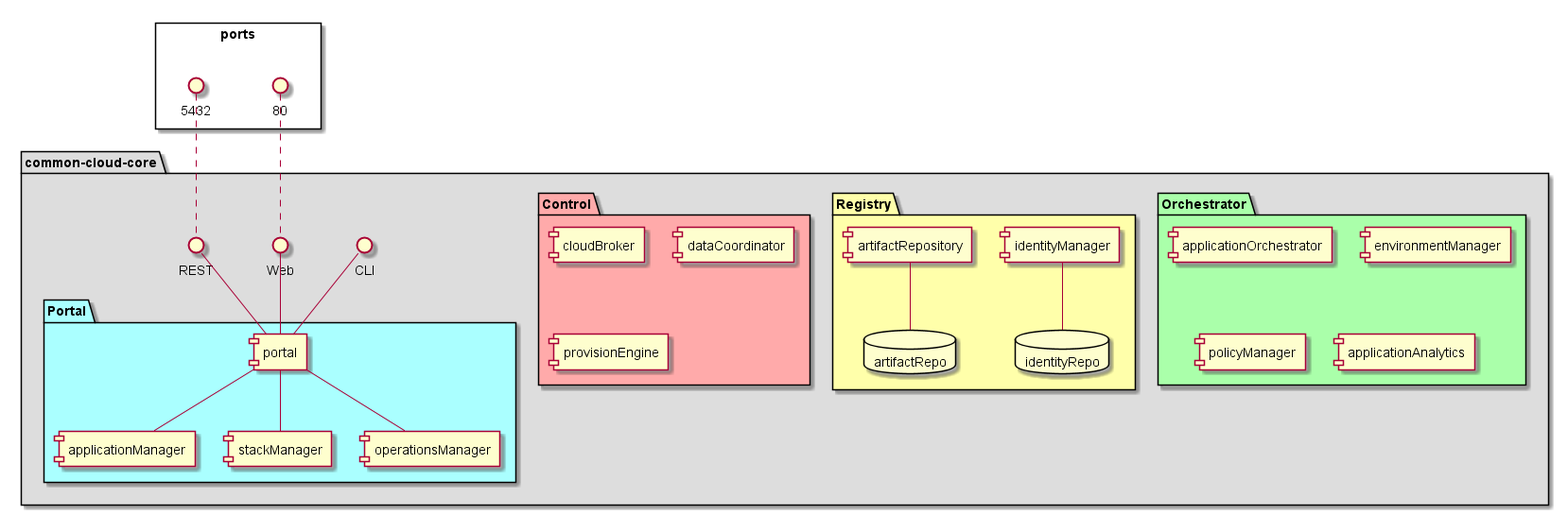
Before: docs/Solution/Deployment.png, a diagram exported from PlantUML (CAADE/C3).
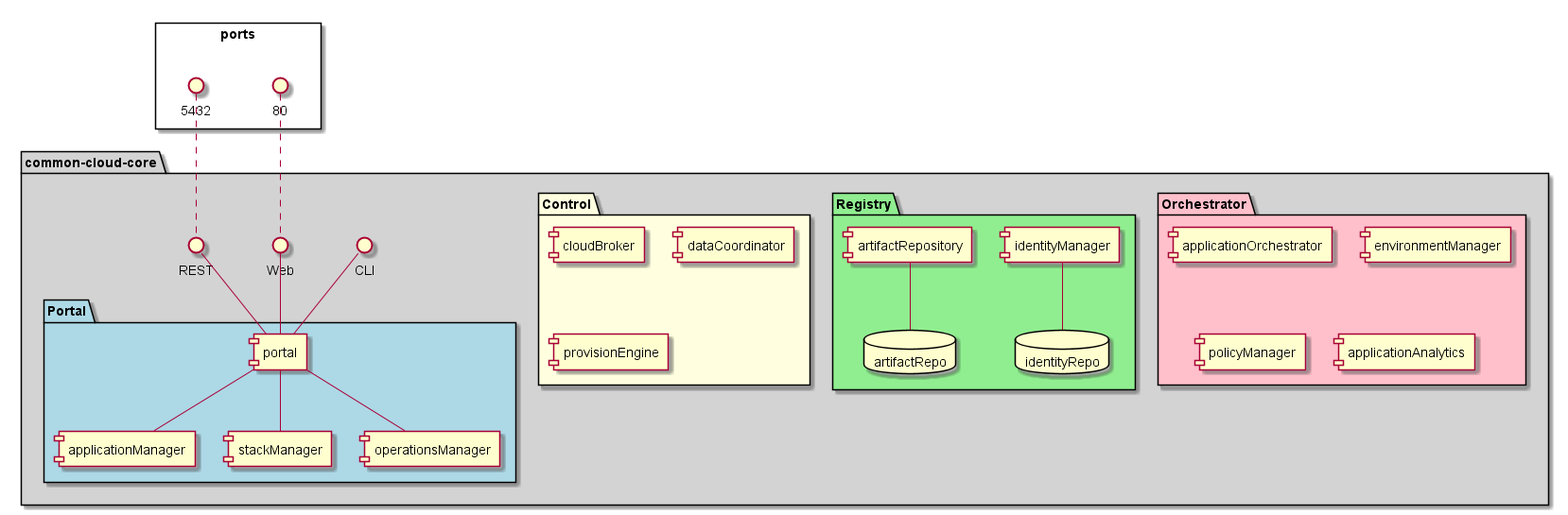
Later version of the same file.

The edit, as a diff of the source:
```diff
@@ -1,29 +1,29 @@
 @startuml
 
 
-package  common-cloud-core #dddddd {
+package  common-cloud-core #lightgray {
   interface CLI
   interface Web
   interface REST
-  package Portal #aaffff {
+  package Portal #lightblue {
     component portal
     component applicationManager
     component stackManager
     component operationsManager
   }
-  package Orchestrator #aaffaa {
+  package Orchestrator #pink {
     component applicationOrchestrator
     component environmentManager
     component policyManager
     component applicationAnalytics
   }
-  package "Registry" #ffffaa {
+  package "Registry" #lightgreen {
     component identityManager
     component artifactRepository
     database "identityRepo"
     database "artifactRepo"
   }
-  package "Control" #ffaaaa {
+  package "Control" #lightyellow {
     component cloudBroker
     component dataCoordinator
     component provisionEngine
```
